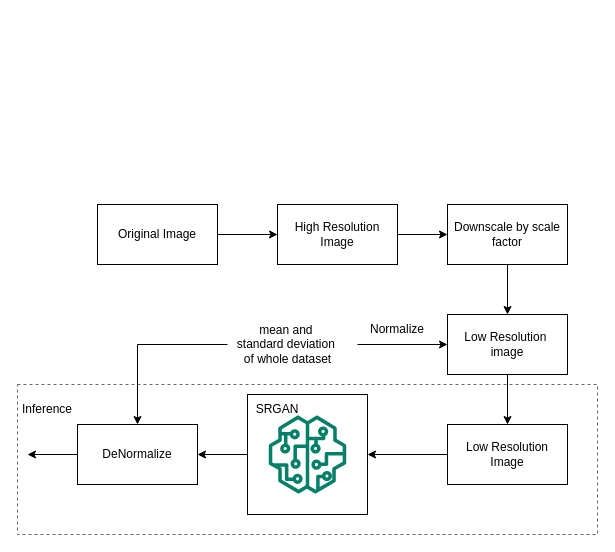
Above: output/data.drawio in R4j4n/Satellite-Super-Resolution (draw.io), before the change. Source tidied: cells renumbered, new cells numbered last; positions are measured from the earlier drawing's top-left corner, leaving out a move shared by most shapes. Both pictures are drawn from the tidied source at 100%, with x=0, y=0 at pixel (17, 204).
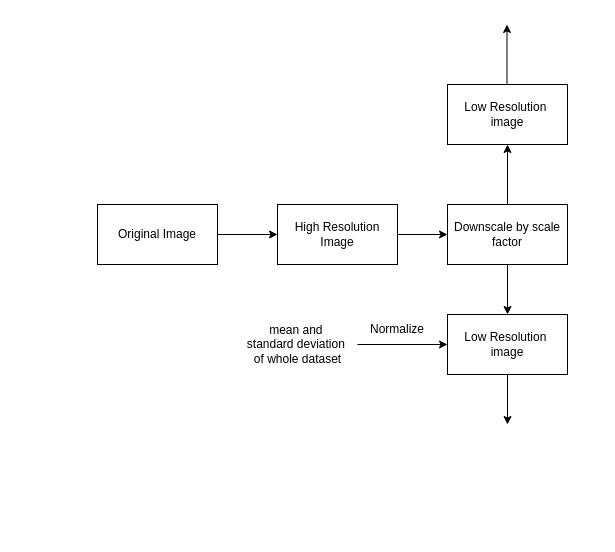
After the change.

The change refers to these unchanged cells:
```xml
<mxCell id="5" value="Downscale by scale&lt;br&gt;factor" style="rounded=0;whiteSpace=wrap;html=1;" parent="1" vertex="1">
  <mxGeometry x="430" width="120" height="60" as="geometry" />
</mxCell>
```

Diff of the diagram source:
```diff
@@
     <mxCell id="10" value="mean and&amp;nbsp;&lt;br&gt;standard deviation&amp;nbsp;&lt;br&gt;of whole dataset" style="text;html=1;align=center;verticalAlign=middle;points=[];strokeColor=none;fillColor=none;" parent="1" vertex="1">
-      <mxGeometry x="210" y="110" width="120" height="60" as="geometry" />
+      <mxGeometry x="220" y="110" width="120" height="60" as="geometry" />
     </mxCell>
@@
-    <mxCell id="13" style="edgeStyle=none;html=1;entryX=1;entryY=0.5;entryDx=0;entryDy=0;" parent="1" edge="1" source="14" target="16">
-      <mxGeometry relative="1" as="geometry" />
-    </mxCell>
-    <mxCell id="14" value="Low Resolution Image" style="rounded=0;whiteSpace=wrap;html=1;" parent="1" vertex="1">
-      <mxGeometry x="430" y="220" width="120" height="60" as="geometry" />
-    </mxCell>
-    <mxCell id="15" style="edgeStyle=none;html=1;entryX=1;entryY=0.5;entryDx=0;entryDy=0;" parent="1" edge="1" source="16" target="20">
-      <mxGeometry relative="1" as="geometry" />
-    </mxCell>
-    <mxCell id="16" style="whiteSpace=wrap;html=1;" parent="1" vertex="1">
-      <mxGeometry x="230" y="190" width="120" height="120" as="geometry" />
-    </mxCell>
-    <mxCell id="17" style="sketch=0;fontColor=#232F3E;gradientColor=none;fillColor=#067F68;strokeColor=none;dashed=0;verticalLabelPosition=bottom;verticalAlign=top;align=center;html=1;fontSize=12;fontStyle=0;shape=mxgraph.aws4.sagemaker_model;" parent="1" vertex="1">
-      <mxGeometry x="251" y="211" width="78" height="78" as="geometry" />
-    </mxCell>
-    <mxCell id="18" value="SRGAN" style="text;html=1;strokeColor=none;fillColor=none;align=center;verticalAlign=middle;whiteSpace=wrap;rounded=0;" parent="1" vertex="1">
-      <mxGeometry x="230" y="190" width="60" height="30" as="geometry" />
-    </mxCell>
-    <mxCell id="19" style="edgeStyle=none;html=1;" parent="1" edge="1" source="20">
-      <mxGeometry relative="1" as="geometry">
-        <mxPoint x="10" y="250" as="targetPoint" />
-      </mxGeometry>
-    </mxCell>
-    <mxCell id="20" value="DeNormalize" style="rounded=0;whiteSpace=wrap;html=1;" parent="1" vertex="1">
-      <mxGeometry x="60" y="220" width="120" height="60" as="geometry" />
-    </mxCell>
-    <mxCell id="21" style="endArrow=classic;html=1;entryX=0.5;entryY=0;entryDx=0;entryDy=0;" parent="1" edge="1" target="20">
-      <mxGeometry relative="1" as="geometry">
-        <mxPoint x="120" y="140" as="sourcePoint" />
-      </mxGeometry>
-    </mxCell>
-    <mxCell id="22" style="endArrow=none;html=1;" parent="1" edge="1" target="10">
-      <mxGeometry relative="1" as="geometry">
-        <mxPoint x="120" y="140" as="sourcePoint" />
-      </mxGeometry>
-    </mxCell>
-    <mxCell id="23" style="rounded=0;whiteSpace=wrap;html=1;dashed=1;fillColor=none;fontColor=#333333;strokeColor=#666666;gradientColor=default;" parent="1" vertex="1">
-      <mxGeometry y="180" width="580" height="150" as="geometry" />
-    </mxCell>
-    <mxCell id="24" value="Inference" style="text;html=1;strokeColor=none;fillColor=none;align=center;verticalAlign=middle;whiteSpace=wrap;rounded=0;dashed=1;" parent="1" vertex="1">
-      <mxGeometry y="190" width="60" height="30" as="geometry" />
+    <mxCell id="24" value="Low Resolution&amp;nbsp;&lt;br&gt;image" style="rounded=0;whiteSpace=wrap;html=1;" parent="1" vertex="1">
+      <mxGeometry x="430" y="-120" width="120" height="60" as="geometry" />
     </mxCell>
+    <mxCell id="25" style="edgeStyle=none;html=1;entryX=0.5;entryY=1;entryDx=0;entryDy=0;exitX=0.5;exitY=0;exitDx=0;exitDy=0;" parent="1" edge="1" source="5" target="24">
+      <mxGeometry relative="1" as="geometry" />
+    </mxCell>
+    <mxCell id="26" style="edgeStyle=none;html=1;entryX=0.5;entryY=1;entryDx=0;entryDy=0;exitX=0.5;exitY=0;exitDx=0;exitDy=0;" parent="1" edge="1">
+      <mxGeometry relative="1" as="geometry">
+        <mxPoint x="489.5" y="-120" as="sourcePoint" />
+        <mxPoint x="489.5" y="-180" as="targetPoint" />
+      </mxGeometry>
+    </mxCell>
```
